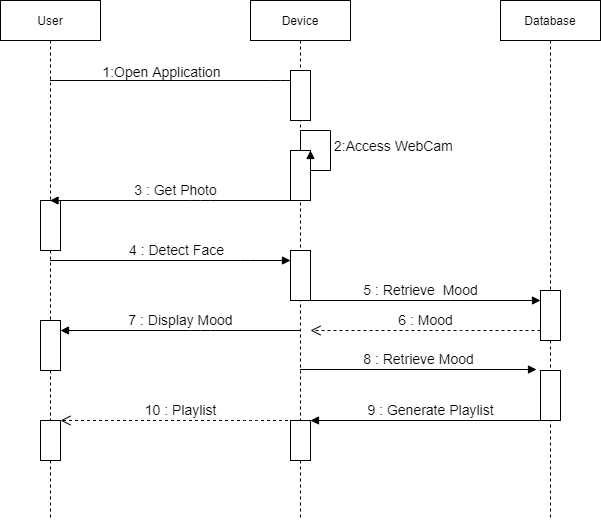
Before: Diagrams/Sequence Dig/Sequence Dig.drawio.png, a diagram exported from draw.io (atharvagangrade10/Draw.io). Source tidied: cells renumbered, new cells last; positions are measured from the earlier drawing's top-left corner, leaving out a move shared by most shapes. Its diagram source:
```xml
<mxGraphModel>
  <root>
    <mxCell id="0" />
    <mxCell id="1" parent="0" />
    <mxCell id="2" style="html=1;verticalAlign=bottom;labelBackgroundColor=none;endArrow=block;endFill=1;" parent="1" edge="1" source="10" target="4">
      <mxGeometry relative="1" as="geometry">
        <Array as="points">
          <mxPoint x="280" y="80" />
        </Array>
      </mxGeometry>
    </mxCell>
    <mxCell id="3" value="&lt;font style=&quot;font-size: 14px&quot;&gt;1:Open Application&lt;/font&gt;" style="edgeLabel;html=1;align=center;verticalAlign=middle;" parent="2" vertex="1">
      <mxGeometry x="-0.28" y="1" relative="1" as="geometry">
        <mxPoint x="20" y="-9" as="offset" />
      </mxGeometry>
    </mxCell>
    <mxCell id="4" value="Device" style="shape=umlLifeline;perimeter=lifelinePerimeter;whiteSpace=wrap;html=1;outlineConnect=0;" parent="1" vertex="1">
      <mxGeometry x="250" width="100" height="520" as="geometry" />
    </mxCell>
    <mxCell id="5" style="html=1;perimeter=orthogonalPerimeter;" parent="4" vertex="1">
      <mxGeometry x="40" y="70" width="20" height="50" as="geometry" />
    </mxCell>
    <mxCell id="6" style="html=1;points=[];perimeter=orthogonalPerimeter;" parent="4" vertex="1">
      <mxGeometry x="40" y="150" width="20" height="50" as="geometry" />
    </mxCell>
    <mxCell id="7" value="&lt;font style=&quot;font-size: 14px&quot;&gt;2:Access WebCam&lt;/font&gt;" style="edgeStyle=orthogonalEdgeStyle;html=1;align=left;spacingLeft=2;endArrow=block;rounded=0;entryX=1;entryY=0;" parent="4" edge="1" target="6">
      <mxGeometry relative="1" as="geometry">
        <mxPoint x="50" y="150" as="sourcePoint" />
        <Array as="points">
          <mxPoint x="50" y="130" />
          <mxPoint x="80" y="130" />
          <mxPoint x="80" y="170" />
        </Array>
      </mxGeometry>
    </mxCell>
    <mxCell id="8" style="html=1;perimeter=orthogonalPerimeter;" parent="4" vertex="1">
      <mxGeometry x="40" y="250" width="20" height="50" as="geometry" />
    </mxCell>
    <mxCell id="9" style="html=1;perimeter=orthogonalPerimeter;" parent="4" vertex="1">
      <mxGeometry x="40" y="420" width="20" height="40" as="geometry" />
    </mxCell>
    <mxCell id="10" value="User" style="shape=umlLifeline;perimeter=lifelinePerimeter;whiteSpace=wrap;html=1;outlineConnect=0;" parent="1" vertex="1">
      <mxGeometry width="100" height="520" as="geometry" />
    </mxCell>
    <mxCell id="11" style="html=1;perimeter=orthogonalPerimeter;" parent="10" vertex="1">
      <mxGeometry x="40" y="200" width="20" height="50" as="geometry" />
    </mxCell>
    <mxCell id="12" style="html=1;perimeter=orthogonalPerimeter;" parent="10" vertex="1">
      <mxGeometry x="40" y="320" width="20" height="50" as="geometry" />
    </mxCell>
    <mxCell id="13" style="html=1;perimeter=orthogonalPerimeter;" parent="10" vertex="1">
      <mxGeometry x="40" y="420" width="20" height="40" as="geometry" />
    </mxCell>
    <mxCell id="14" value="&lt;font style=&quot;font-size: 14px&quot;&gt;3 : Get Photo&lt;/font&gt;" style="html=1;verticalAlign=bottom;endArrow=block;" parent="1" edge="1" source="4" target="10">
      <mxGeometry relative="1" as="geometry">
        <Array as="points">
          <mxPoint x="200" y="200" />
        </Array>
      </mxGeometry>
    </mxCell>
    <mxCell id="15" value="&lt;font style=&quot;font-size: 14px&quot;&gt;4 : Detect Face&lt;/font&gt;" style="html=1;verticalAlign=bottom;endArrow=block;" parent="1" edge="1" source="10">
      <mxGeometry x="0.04" relative="1" as="geometry">
        <mxPoint x="290" y="260" as="targetPoint" />
        <Array as="points">
          <mxPoint x="240" y="260" />
        </Array>
      </mxGeometry>
    </mxCell>
    <mxCell id="16" value="Database" style="shape=umlLifeline;perimeter=lifelinePerimeter;whiteSpace=wrap;html=1;outlineConnect=0;" parent="1" vertex="1">
      <mxGeometry x="500" width="100" height="520" as="geometry" />
    </mxCell>
    <mxCell id="17" style="html=1;perimeter=orthogonalPerimeter;" parent="16" vertex="1">
      <mxGeometry x="40" y="290" width="20" height="50" as="geometry" />
    </mxCell>
    <mxCell id="18" style="html=1;points=[];perimeter=orthogonalPerimeter;" parent="16" vertex="1">
      <mxGeometry x="40" y="370" width="20" height="50" as="geometry" />
    </mxCell>
    <mxCell id="19" value="&lt;font style=&quot;font-size: 14px&quot;&gt;5 : Retrieve&amp;nbsp; Mood&lt;/font&gt;" style="html=1;verticalAlign=bottom;endArrow=block;" parent="1" edge="1" source="4">
      <mxGeometry relative="1" as="geometry">
        <mxPoint x="540" y="300" as="targetPoint" />
        <Array as="points">
          <mxPoint x="460" y="300" />
        </Array>
      </mxGeometry>
    </mxCell>
    <mxCell id="20" value="&lt;font style=&quot;font-size: 14px&quot;&gt;6 : Mood&lt;/font&gt;" style="html=1;verticalAlign=bottom;endArrow=open;dashed=1;endSize=8;" parent="1" edge="1">
      <mxGeometry relative="1" as="geometry">
        <mxPoint x="540" y="330" as="sourcePoint" />
        <mxPoint x="310" y="330" as="targetPoint" />
        <Array as="points">
          <mxPoint x="470" y="330" />
          <mxPoint x="360" y="330" />
        </Array>
      </mxGeometry>
    </mxCell>
    <mxCell id="21" value="&lt;font style=&quot;font-size: 14px&quot;&gt;7 : Display Mood&lt;/font&gt;" style="html=1;verticalAlign=bottom;endArrow=block;" parent="1" edge="1" source="4">
      <mxGeometry relative="1" as="geometry">
        <mxPoint x="60" y="330" as="targetPoint" />
        <Array as="points">
          <mxPoint x="200" y="330" />
        </Array>
      </mxGeometry>
    </mxCell>
    <mxCell id="22" value="&lt;font style=&quot;font-size: 14px&quot;&gt;8 : Retrieve Mood&lt;/font&gt;" style="html=1;verticalAlign=bottom;endArrow=block;entryX=-0.2;entryY=-0.02;entryDx=0;entryDy=0;entryPerimeter=0;" parent="1" edge="1" source="4" target="18">
      <mxGeometry relative="1" as="geometry" />
    </mxCell>
    <mxCell id="23" value="&lt;span style=&quot;font-size: 14px&quot;&gt;9 :&amp;nbsp;Generate Playlist&lt;/span&gt;" style="html=1;verticalAlign=bottom;endArrow=block;" parent="1" edge="1" source="16">
      <mxGeometry relative="1" as="geometry">
        <mxPoint x="310" y="420" as="targetPoint" />
      </mxGeometry>
    </mxCell>
    <mxCell id="24" value="&lt;font style=&quot;font-size: 14px&quot;&gt;10 : Playlist&lt;/font&gt;" style="html=1;verticalAlign=bottom;endArrow=open;dashed=1;endSize=8;" parent="1" edge="1" source="4">
      <mxGeometry relative="1" as="geometry">
        <mxPoint x="60" y="420" as="targetPoint" />
        <Array as="points">
          <mxPoint x="250" y="420" />
        </Array>
      </mxGeometry>
    </mxCell>
  </root>
</mxGraphModel>
```
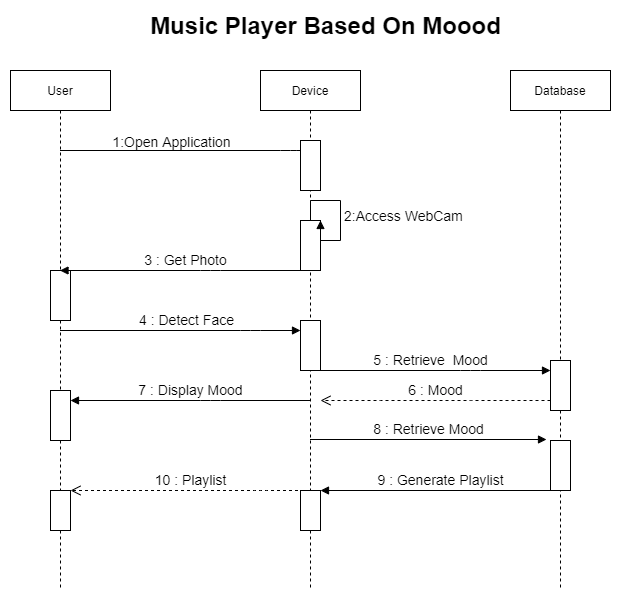
The same file after the commit.

The edit, as a diff of the source:
```diff
@@ -117,5 +117,8 @@
         </Array>
       </mxGeometry>
     </mxCell>
+    <mxCell id="25" value="Music Player Based On Moood" style="text;strokeColor=none;fillColor=none;html=1;fontSize=24;fontStyle=1;verticalAlign=middle;align=center;" parent="1" vertex="1">
+      <mxGeometry x="110" y="-60" width="410" height="30" as="geometry" />
+    </mxCell>
   </root>
 </mxGraphModel>
```
